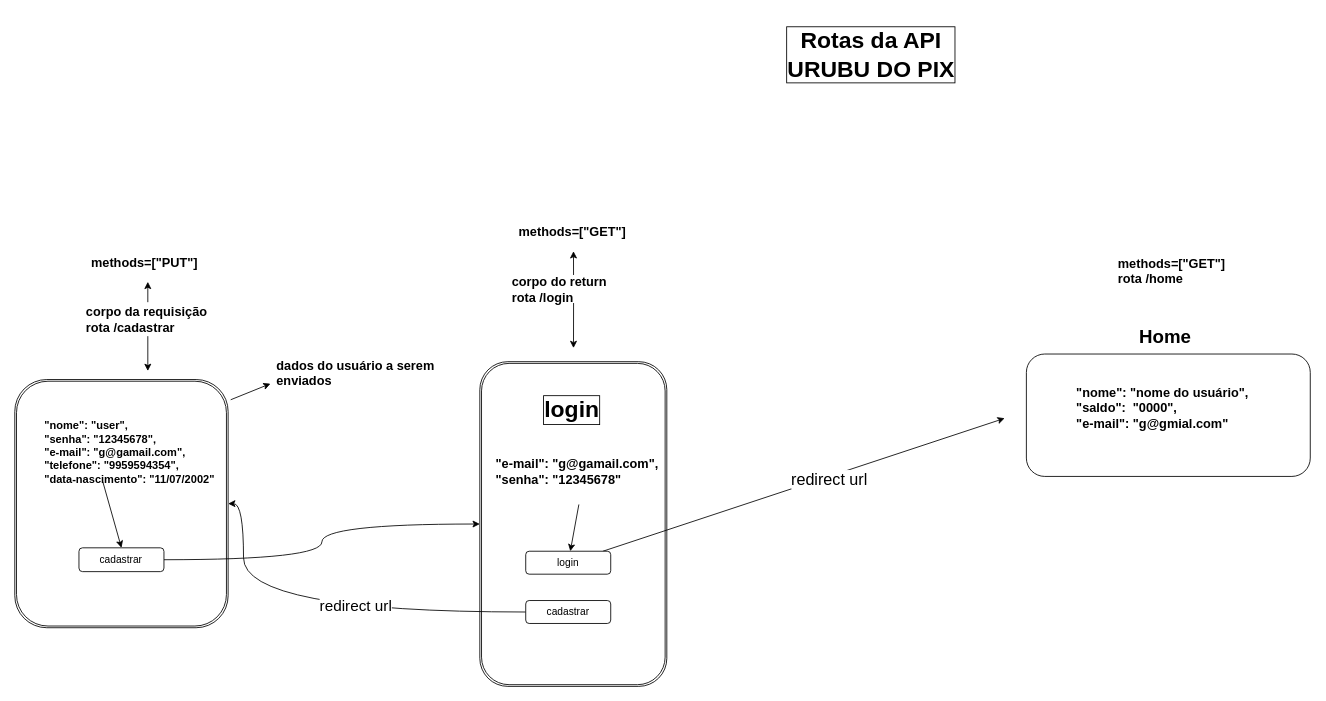
Above: URUBU_DO_PIX/grafico.drawio in GabigolDEVPY/API_FLASK (draw.io), before the change. Source tidied: cells renumbered, new cells numbered last; positions are measured from the earlier drawing's top-left corner, leaving out a move shared by most shapes. Both pictures are drawn from the tidied source at 85%, with x=0, y=0 at pixel (14, 14).
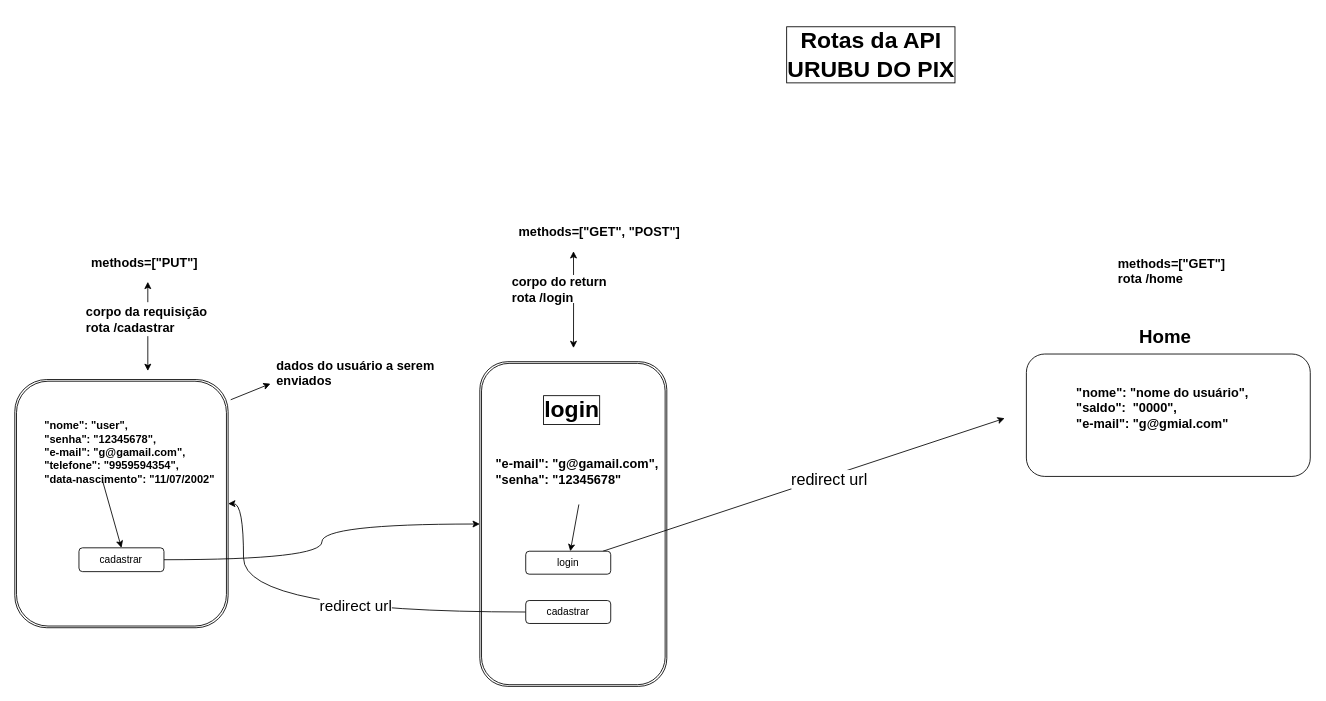
After the change.

The edit, as a diff of the source:
```diff
@@
-    <mxCell id="13" value="methods=[&quot;GET&quot;]" style="text;strokeColor=none;fillColor=none;html=1;fontSize=15;fontStyle=1;verticalAlign=middle;align=left;" parent="1" vertex="1">
+    <mxCell id="13" value="methods=[&quot;GET&quot;, &quot;POST&quot;]" style="text;strokeColor=none;fillColor=none;html=1;fontSize=15;fontStyle=1;verticalAlign=middle;align=left;" parent="1" vertex="1">
       <mxGeometry x="590.8" y="235" width="149" height="40" as="geometry" />
     </mxCell>
```
